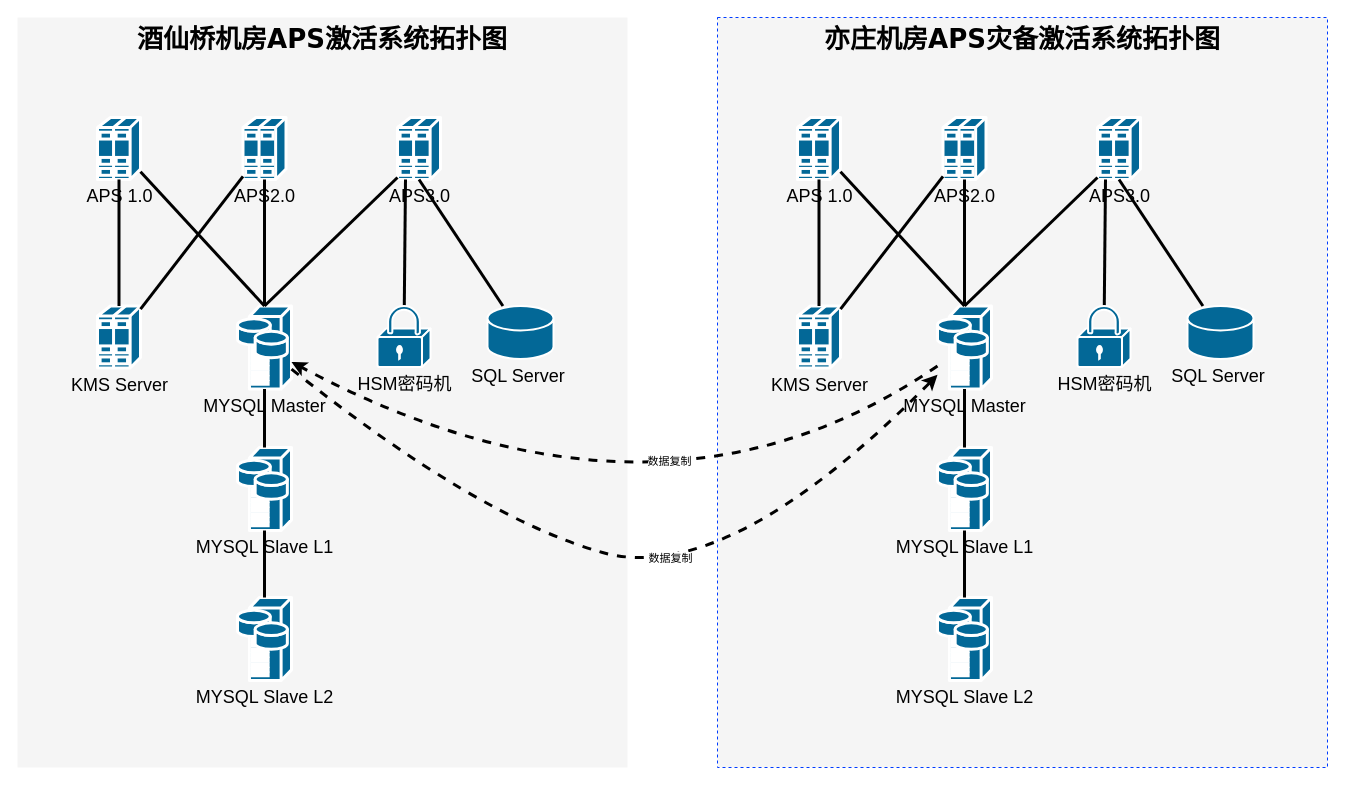
Above: APS.drawio in olivercode/powershell (draw.io), before the change. Source tidied: cells renumbered, new cells numbered last; positions are measured from the earlier drawing's top-left corner, leaving out a move shared by most shapes. Both pictures are drawn from the tidied source at 100%, with x=0, y=0 at pixel (17, 17).
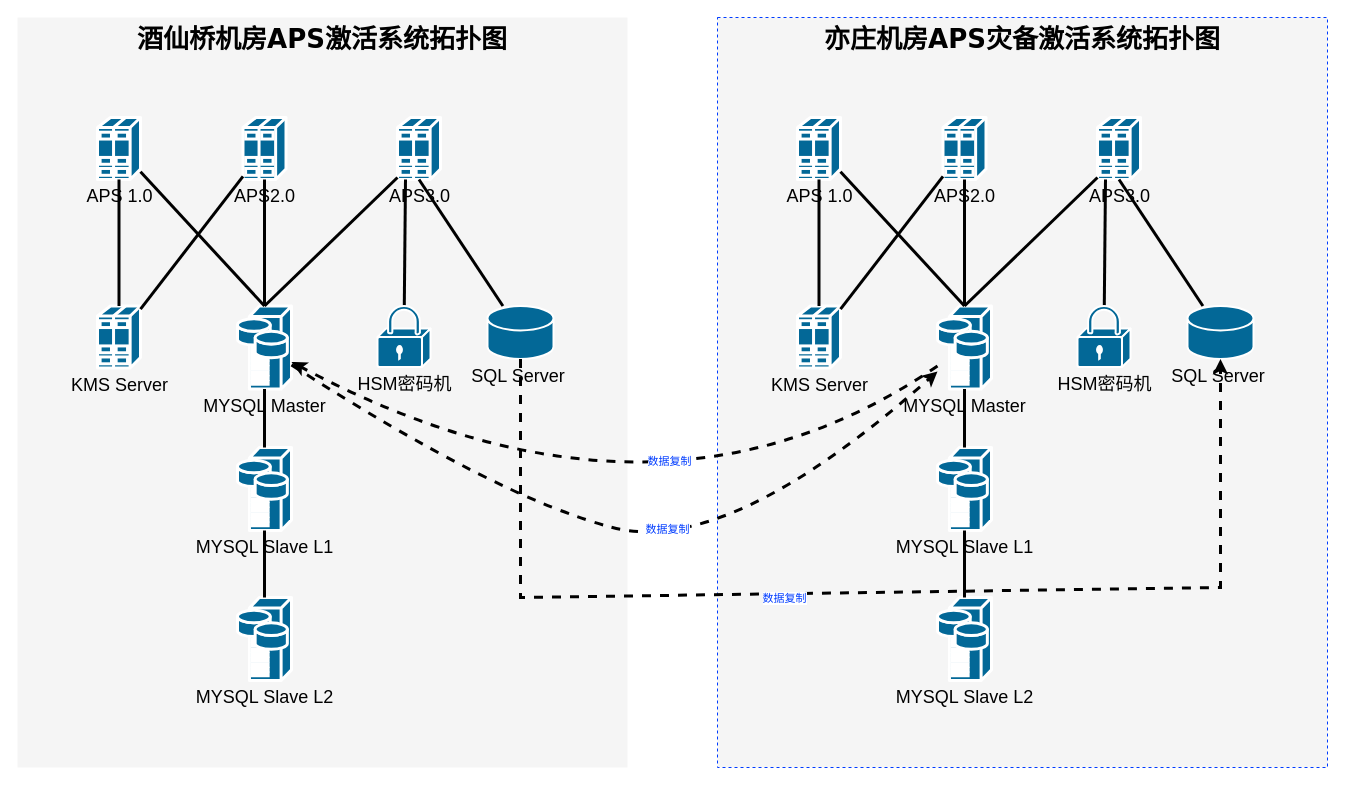
The same diagram, later.

Unchanged cells that the change refers to:
```xml
<mxCell id="7" value="MYSQL Master" style="shape=mxgraph.cisco.servers.storage_server;sketch=0;html=1;dashed=0;fillColor=#036897;strokeColor=#ffffff;strokeWidth=3;verticalLabelPosition=bottom;verticalAlign=top;align=center;outlineConnect=0;fontSize=18;" parent="1" vertex="1">
  <mxGeometry x="220" y="288.5" width="54" height="83" as="geometry" />
</mxCell>
<mxCell id="20" value="SQL Server&amp;nbsp;" style="shape=mxgraph.cisco.storage.relational_database;sketch=0;html=1;dashed=0;fillColor=#036897;strokeColor=#ffffff;strokeWidth=2;verticalLabelPosition=bottom;verticalAlign=top;align=center;outlineConnect=0;fontSize=18;" parent="1" vertex="1">
  <mxGeometry x="470" y="288.5" width="66" height="53" as="geometry" />
</mxCell>
<mxCell id="26" value="MYSQL Master" style="shape=mxgraph.cisco.servers.storage_server;sketch=0;html=1;dashed=0;fillColor=#036897;strokeColor=#ffffff;strokeWidth=3;verticalLabelPosition=bottom;verticalAlign=top;align=center;outlineConnect=0;fontSize=18;" parent="1" vertex="1">
  <mxGeometry x="920" y="288.5" width="54" height="83" as="geometry" />
</mxCell>
<mxCell id="39" value="SQL Server&amp;nbsp;" style="shape=mxgraph.cisco.storage.relational_database;sketch=0;html=1;dashed=0;fillColor=#036897;strokeColor=#ffffff;strokeWidth=2;verticalLabelPosition=bottom;verticalAlign=top;align=center;outlineConnect=0;fontSize=18;" parent="1" vertex="1">
  <mxGeometry x="1170" y="288.5" width="66" height="53" as="geometry" />
</mxCell>
```

Change to the diagram source:
```diff
@@
-    <mxCell id="40" style="curved=1;endArrow=classic;html=1;rounded=0;strokeWidth=3;dashed=1;" parent="1" edge="1" source="26" target="7">
+    <mxCell id="40" style="curved=1;endArrow=classic;html=1;rounded=0;strokeWidth=3;dashed=1;strokeColor=#000000;" parent="1" edge="1" source="26" target="7">
       <mxGeometry relative="1" as="geometry">
         <Array as="points">
           <mxPoint x="640" y="540" />
         </Array>
       </mxGeometry>
     </mxCell>
-    <mxCell id="41" value="数据复制" style="edgeLabel;html=1;align=center;verticalAlign=middle;" parent="40" vertex="1">
+    <mxCell id="41" value="数据复制" style="edgeLabel;html=1;align=center;verticalAlign=middle;fontColor=#003CFF;" parent="40" vertex="1">
       <mxGeometry x="-0.26" y="-76" relative="1" as="geometry">
         <mxPoint x="5" as="offset" />
       </mxGeometry>
     </mxCell>
-    <mxCell id="42" style="curved=1;endArrow=classic;html=1;rounded=0;strokeWidth=3;dashed=1;" parent="1" edge="1" source="7" target="26">
+    <mxCell id="42" style="curved=1;endArrow=classic;html=1;rounded=0;strokeWidth=3;dashed=1;strokeColor=#000000;" parent="1" edge="1" source="7" target="26">
       <mxGeometry relative="1" as="geometry">
         <Array as="points">
-          <mxPoint x="460" y="500" />
-          <mxPoint x="710" y="570" />
+          <mxPoint x="480" y="480" />
+          <mxPoint x="710" y="540" />
         </Array>
       </mxGeometry>
     </mxCell>
-    <mxCell id="43" value="数据复制" style="edgeLabel;html=1;align=center;verticalAlign=middle;" parent="42" vertex="1">
+    <mxCell id="43" value="数据复制" style="edgeLabel;html=1;align=center;verticalAlign=middle;fontColor=#003CFF;" parent="42" vertex="1">
       <mxGeometry x="0.04" y="7" relative="1" as="geometry">
         <mxPoint x="21" as="offset" />
       </mxGeometry>
     </mxCell>
+    <mxCell id="44" style="endArrow=classic;html=1;rounded=0;dashed=1;strokeWidth=3;strokeColor=#000000;" parent="1" edge="1" source="20" target="39">
+      <mxGeometry relative="1" as="geometry">
+        <Array as="points">
+          <mxPoint x="503" y="580" />
+          <mxPoint x="1203" y="570" />
+        </Array>
+      </mxGeometry>
+    </mxCell>
+    <mxCell id="45" value="&lt;font&gt;数据复制&lt;/font&gt;" style="edgeLabel;html=1;align=center;verticalAlign=middle;fontColor=#003CFF;" parent="44" vertex="1">
+      <mxGeometry x="-0.14" y="-4" relative="1" as="geometry" />
+    </mxCell>
```
